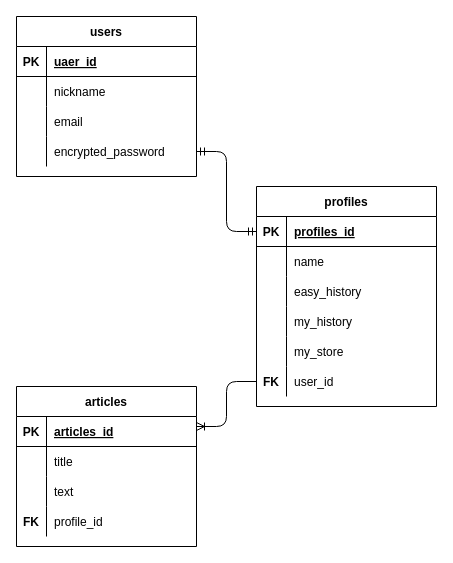
yait-ucess/YouMe keeps this draw.io diagram as youme_ER.dio. Above is the earlier version. Source tidied: cells renumbered, new cells numbered last; positions are measured from the earlier drawing's top-left corner, leaving out a move shared by most shapes. Both pictures are drawn from the tidied source at 100%, with x=0, y=0 at pixel (16, 16).
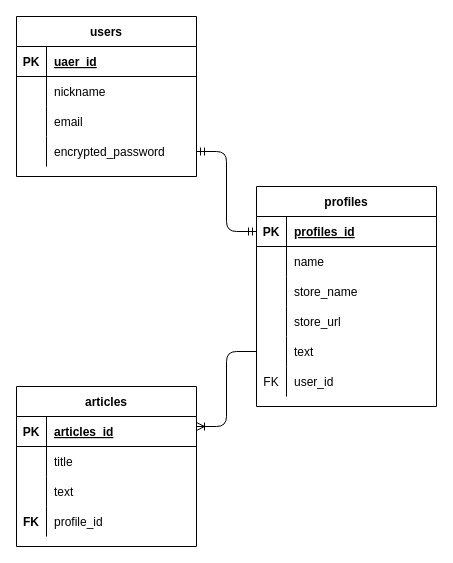
Above is the later version.

The change refers to these unchanged cells:
```xml
<mxCell id="15" value="profiles" style="shape=table;startSize=30;childLayout=tableLayout;rowLines=0;fontStyle=1;align=center;" parent="1" vertex="1">
  <mxGeometry x="240" y="170" width="180" height="220" as="geometry" />
</mxCell>
<mxCell id="22" style="shape=partialRectangle;fillColor=none;top=0;left=0;bottom=0;right=0;" parent="15" vertex="1">
  <mxGeometry y="90" width="180" height="30" as="geometry" />
</mxCell>
<mxCell id="25" style="shape=partialRectangle;fillColor=none;top=0;left=0;bottom=0;right=0;" parent="15" vertex="1">
  <mxGeometry y="120" width="180" height="30" as="geometry" />
</mxCell>
```

What changed in the source:
```diff
@@
-    <mxCell id="24" value="easy_history" style="shape=partialRectangle;fillColor=none;top=0;left=0;bottom=0;right=0;align=left;spacingLeft=6;overflow=hidden;" parent="22" vertex="1">
+    <mxCell id="24" value="store_name" style="shape=partialRectangle;fillColor=none;top=0;left=0;bottom=0;right=0;align=left;spacingLeft=6;overflow=hidden;" parent="22" vertex="1">
       <mxGeometry x="30" width="150" height="30" as="geometry" />
     </mxCell>
@@
-    <mxCell id="27" value="my_history" style="shape=partialRectangle;fillColor=none;top=0;left=0;bottom=0;right=0;align=left;spacingLeft=6;overflow=hidden;" parent="25" vertex="1">
+    <mxCell id="27" value="store_url" style="shape=partialRectangle;fillColor=none;top=0;left=0;bottom=0;right=0;align=left;spacingLeft=6;overflow=hidden;" parent="25" vertex="1">
       <mxGeometry x="30" width="150" height="30" as="geometry" />
     </mxCell>
-    <mxCell id="28" style="shape=partialRectangle;fillColor=none;top=0;left=0;bottom=0;right=0;" parent="15" vertex="1">
-      <mxGeometry y="150" width="180" height="30" as="geometry" />
-    </mxCell>
-    <mxCell id="29" style="shape=partialRectangle;fillColor=none;top=0;left=0;bottom=0;right=0;overflow=hidden;" parent="28" vertex="1">
-      <mxGeometry width="30" height="30" as="geometry" />
-    </mxCell>
-    <mxCell id="30" value="my_store" style="shape=partialRectangle;fillColor=none;top=0;left=0;bottom=0;right=0;align=left;spacingLeft=6;overflow=hidden;" parent="28" vertex="1">
-      <mxGeometry x="30" width="150" height="30" as="geometry" />
-    </mxCell>
     <mxCell id="31" style="shape=partialRectangle;fillColor=none;top=0;left=0;bottom=0;right=0;points=[[0,0.5],[1,0.5]];portConstraint=eastwest;" parent="15" vertex="1">
-      <mxGeometry y="180" width="180" height="30" as="geometry" />
+      <mxGeometry y="150" width="180" height="30" as="geometry" />
     </mxCell>
-    <mxCell id="32" value="FK" style="shape=partialRectangle;fillColor=none;top=0;left=0;bottom=0;right=0;overflow=hidden;fontStyle=1;" parent="31" vertex="1">
+    <mxCell id="32" style="shape=partialRectangle;fillColor=none;top=0;left=0;bottom=0;right=0;overflow=hidden;fontStyle=1;" parent="31" vertex="1">
       <mxGeometry width="30" height="30" as="geometry" />
     </mxCell>
-    <mxCell id="33" value="user_id" style="shape=partialRectangle;fillColor=none;top=0;left=0;bottom=0;right=0;align=left;spacingLeft=6;overflow=hidden;" parent="31" vertex="1">
+    <mxCell id="33" value="text" style="shape=partialRectangle;fillColor=none;top=0;left=0;bottom=0;right=0;align=left;spacingLeft=6;overflow=hidden;" parent="31" vertex="1">
       <mxGeometry x="30" width="150" height="30" as="geometry" />
     </mxCell>
+    <mxCell id="49" style="shape=partialRectangle;fillColor=none;top=0;left=0;bottom=0;right=0;" parent="15" vertex="1">
+      <mxGeometry y="180" width="180" height="30" as="geometry" />
+    </mxCell>
+    <mxCell id="50" value="FK" style="shape=partialRectangle;fillColor=none;top=0;left=0;bottom=0;right=0;overflow=hidden;" parent="49" vertex="1">
+      <mxGeometry width="30" height="30" as="geometry" />
+    </mxCell>
+    <mxCell id="51" value="user_id" style="shape=partialRectangle;fillColor=none;top=0;left=0;bottom=0;right=0;align=left;spacingLeft=6;overflow=hidden;" parent="49" vertex="1">
+      <mxGeometry x="30" width="150" height="30" as="geometry" />
+    </mxCell>
```
